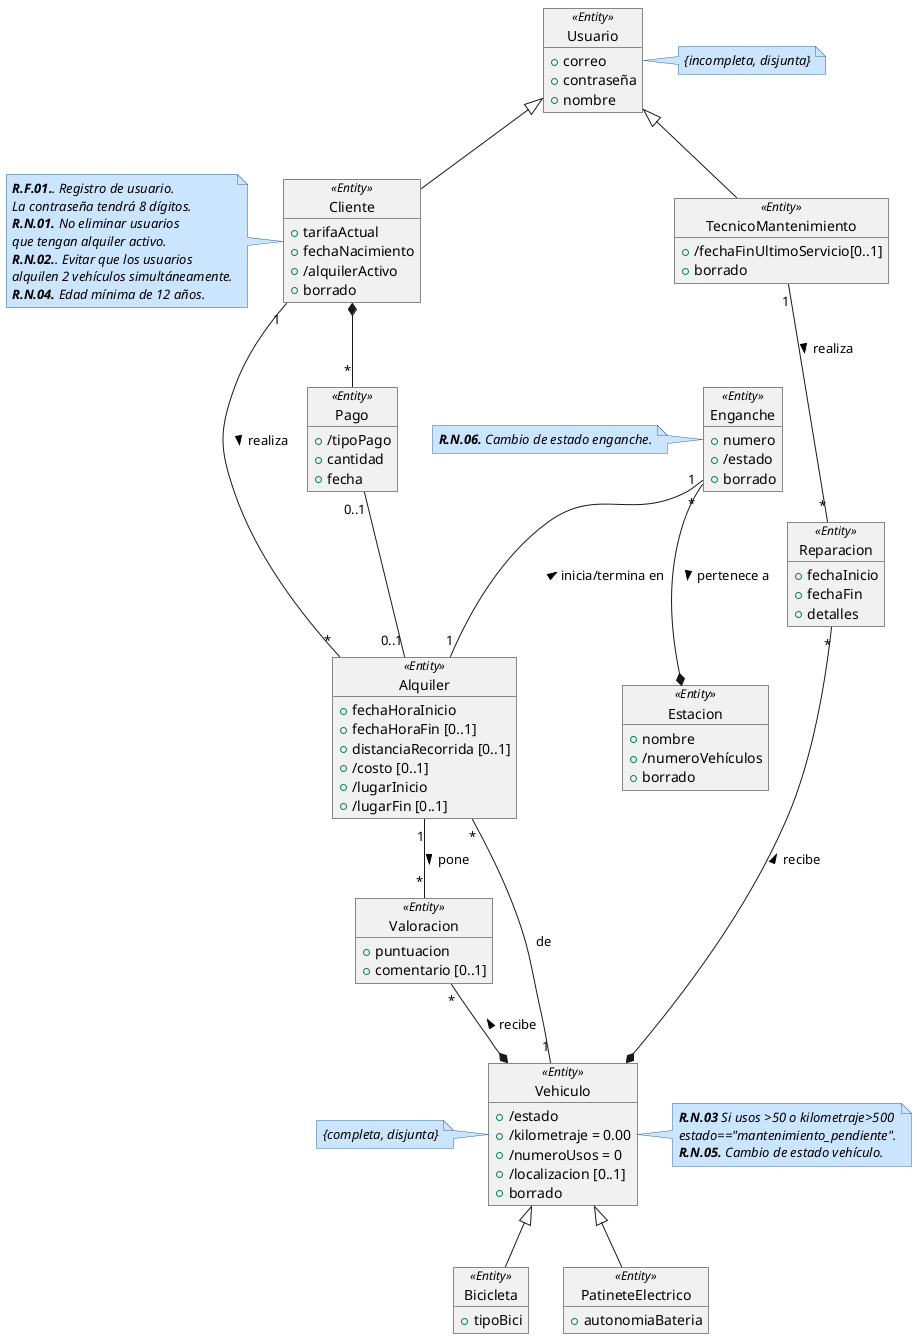
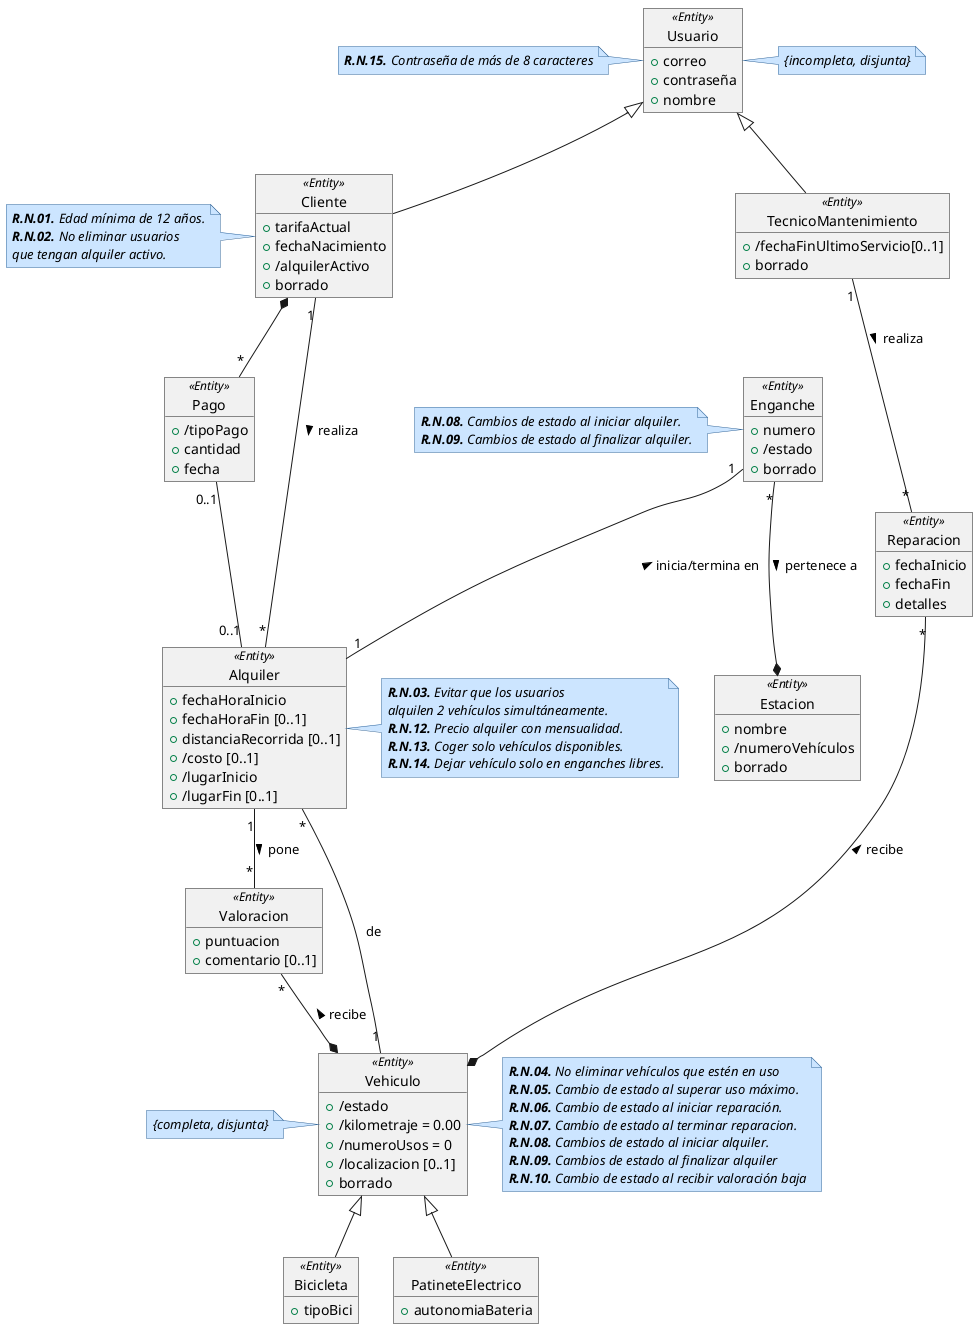
@startuml DiagramaClases

skinparam note {
  BackgroundColor #cce5ff
  BorderColor #336699
  FontStyle italic
}

object Usuario<<Entity>> {
    +correo
    +contraseña
    +nombre
}
note right: {incompleta, disjunta}
+ note left of Usuario
+ '''
+ **R.N.15.** Contraseña de más de 8 caracteres
+ '''
+ end note


object Cliente<<Entity>> {
    +tarifaActual
    +fechaNacimiento
    +/alquilerActivo
    +borrado
}
note left
'''
-  **R.F.01.**. Registro de usuario.
-  La contraseña tendrá 8 dígitos.
-  **R.N.01.** No eliminar usuarios
-  que tengan alquiler activo.
-  **R.N.02.**. Evitar que los usuarios
-  alquilen 2 vehículos simultáneamente.
-  **R.N.04.** Edad mínima de 12 años.
+ **R.N.01.** Edad mínima de 12 años.
+ **R.N.02.** No eliminar usuarios
+ que tengan alquiler activo.
'''
end note

object Pago<<Entity>> {
    +/tipoPago
    +cantidad
    +fecha
}
'Tipo pago puede ser o mensual o individual


object TecnicoMantenimiento<<Entity>> {
    +/fechaFinUltimoServicio[0..1]
    +borrado
}

object Reparacion<<Entity>> {
    +fechaInicio
    +fechaFin
    +detalles
}

object Valoracion<<Entity>> {
    +puntuacion
    +comentario [0..1]
}

/'
La distancia recorrida la cuenta el vehículo con un
medidor incorporado y solo se registra cuando termina el recorrido.
Por eso mismo no es derivada de lugar inicio o fin, porque si no si acabas
en el mismo sitio la distancia recorrida sería 0.
'/
object Alquiler<<Entity>> {
    +fechaHoraInicio
    +fechaHoraFin [0..1]
    +distanciaRecorrida [0..1]
    +/costo [0..1]
    +/lugarInicio
    +/lugarFin [0..1]
}
+ note right
+ '''
+ **R.N.03.** Evitar que los usuarios
+ alquilen 2 vehículos simultáneamente.
+ **R.N.12.** Precio alquiler con mensualidad.
+ **R.N.13.** Coger solo vehículos disponibles.
+ **R.N.14.** Dejar vehículo solo en enganches libres.
+ '''
+ end note

/'
La localización del vehículo se muestra cuando se guarda el vehículo.
No se guarda localización por GPS.
'/
object Vehiculo<<Entity>> {
    +/estado
    +/kilometraje = 0.00
    +/numeroUsos = 0
    +/localizacion [0..1]
    +borrado
}
note right
'''
-  **R.N.03** Si usos >50 o kilometraje>500
-  estado=="mantenimiento_pendiente".
-  **R.N.05.** Cambio de estado vehículo.
+ **R.N.04.** No eliminar vehículos que estén en uso
+ **R.N.05.** Cambio de estado al superar uso máximo.
+ **R.N.06.** Cambio de estado al iniciar reparación.
+ **R.N.07.** Cambio de estado al terminar reparacion.
+ **R.N.08.** Cambios de estado al iniciar alquiler.
+ **R.N.09.** Cambios de estado al finalizar alquiler
+ **R.N.10.** Cambio de estado al recibir valoración baja
'''
end note
note left of Vehiculo: {completa, disjunta}

object Estacion<<Entity>> {
    +nombre
    +/numeroVehículos
    +borrado
}

object Enganche<<Entity>> {
    +numero
    +/estado
    +borrado
}
note left
'''
-  **R.N.06.** Cambio de estado enganche.
+  **R.N.08.** Cambios de estado al iniciar alquiler.
+  **R.N.09.** Cambios de estado al finalizar alquiler.
'''
end note

object Bicicleta<<Entity>> {
    +tipoBici
}

object PatineteElectrico<<Entity>> {
    +autonomiaBateria
}

Usuario <|-- Cliente
Usuario <|-- TecnicoMantenimiento

Enganche "*"--* Estacion : pertenece a >

'Relación directa valoraciones'
Alquiler "1"--"*" Valoracion : pone >
Valoracion "*"--* Vehiculo : recibe <

TecnicoMantenimiento "1"--"*" Reparacion : realiza >
Reparacion "*"--* Vehiculo : recibe <

Enganche "1" --"1" Alquiler: inicia/termina en <


'Relacion de Alquileres'
Cliente "1"--"*"  Alquiler: realiza >

Alquiler "*"--"1" Vehiculo: de

'Relacion Pago'
Cliente *--"*" Pago
Pago "0..1"--"0..1" Alquiler

Vehiculo <|-- Bicicleta
Vehiculo <|-- PatineteElectrico


@enduml